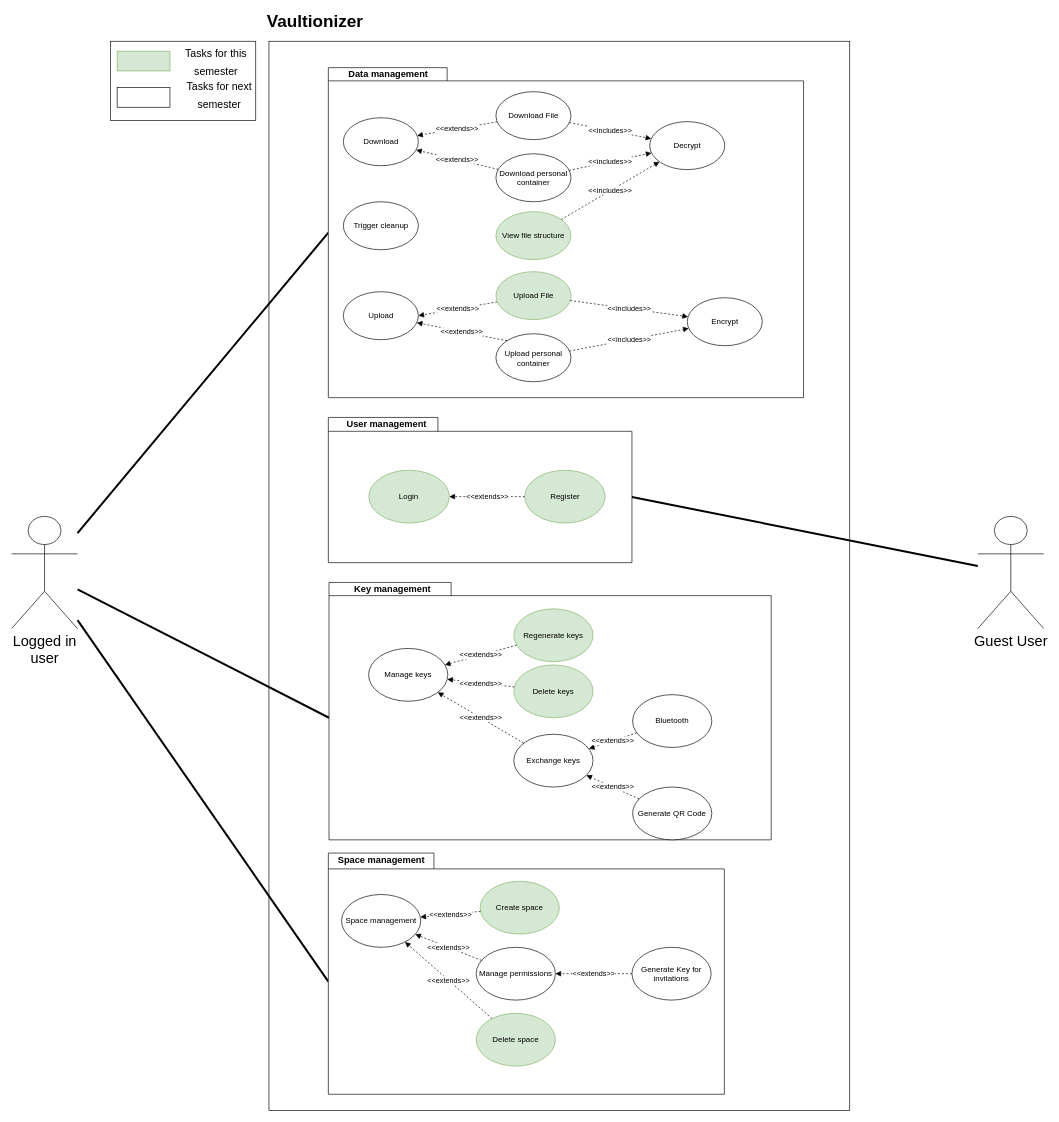
Above: img/use_cases/overall_use_case.drawio in Vaultionizer/vault-docs (draw.io), before the change. Source tidied: cells renumbered, new cells numbered last; positions are measured from the earlier drawing's top-left corner, leaving out a move shared by most shapes. Both pictures are drawn from the tidied source at 66%, with x=0, y=0 at pixel (11, 15).
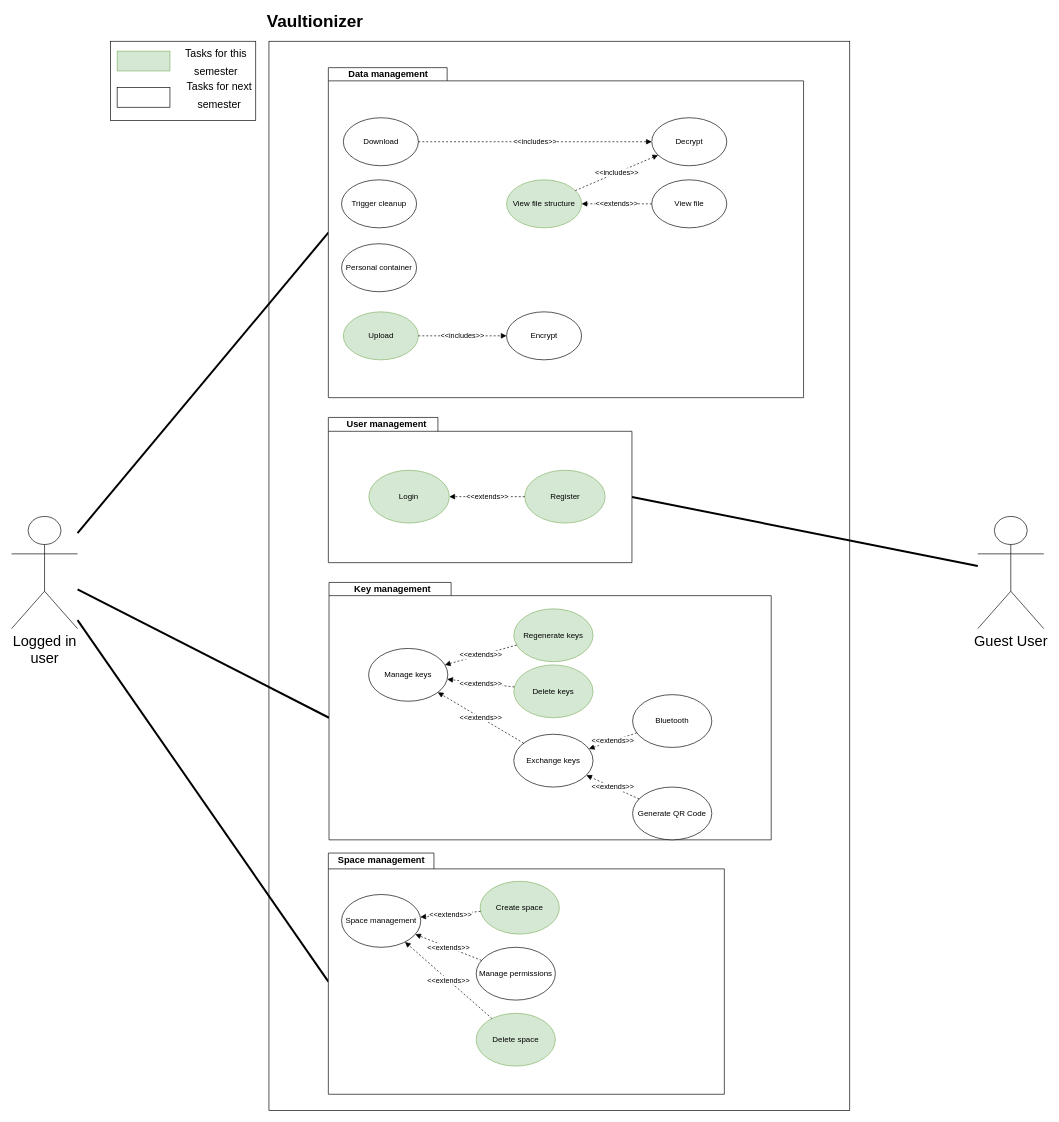
The same page after the edit.

The change refers to these unchanged cells:
```xml
<mxCell id="9" style="group;" parent="7" vertex="1">
  <mxGeometry x="10" y="-10" width="600" height="365.5" as="geometry" />
</mxCell>
<mxCell id="14" value="Manage permissions" style="ellipse;whiteSpace=wrap;html=1;" parent="9" vertex="1">
  <mxGeometry x="224" y="142.8" width="120" height="80" as="geometry" />
</mxCell>
<mxCell id="42" style="group;" parent="1" vertex="1">
  <mxGeometry x="480" y="80" width="720" height="500" as="geometry" />
</mxCell>
<mxCell id="52" value="&lt;div&gt;Download&lt;br&gt;&lt;/div&gt;" style="ellipse;whiteSpace=wrap;html=1;" parent="42" vertex="1">
  <mxGeometry x="22.7" y="75.9" width="113.7" height="72.7" as="geometry" />
</mxCell>
```

What changed in the source:
```diff
@@
-    <mxCell id="15" value="Generate Key for invitations" style="ellipse;whiteSpace=wrap;html=1;" parent="9" vertex="1">
-      <mxGeometry x="460" y="142.8" width="120" height="80" as="geometry" />
-    </mxCell>
@@
-    <mxCell id="17" value="&amp;lt;&amp;lt;extends&amp;gt;&amp;gt;" style="edgeStyle=none;rounded=0;jettySize=auto;html=1;dashed=1;endArrow=block;endFill=1;" parent="9" edge="1" source="15" target="14">
-      <mxGeometry relative="1" as="geometry" />
-    </mxCell>
@@
-    <mxCell id="44" value="Upload" style="ellipse;whiteSpace=wrap;html=1;" parent="42" vertex="1">
-      <mxGeometry x="22.7" y="339.5" width="113.7" height="72.7" as="geometry" />
+    <mxCell id="44" value="Upload" style="ellipse;whiteSpace=wrap;html=1;fillColor=#d5e8d4;strokeColor=#82b366;" parent="42" vertex="1">
+      <mxGeometry x="22.7" y="370" width="113.7" height="72.7" as="geometry" />
     </mxCell>
-    <mxCell id="45" value="&amp;lt;&amp;lt;extends&amp;gt;&amp;gt;" style="rounded=0;jettySize=auto;html=1;entryX=1;entryY=0.5;entryDx=0;entryDy=0;dashed=1;endArrow=block;endFill=1;" parent="42" edge="1" source="46" target="44">
-      <mxGeometry x="-6.2" y="218.2" as="geometry" />
-    </mxCell>
-    <mxCell id="46" value="Upload File" style="ellipse;whiteSpace=wrap;html=1;fillColor=#d5e8d4;strokeColor=#82b366;" parent="42" vertex="1">
-      <mxGeometry x="253.9" y="309.1" width="113.7" height="72.7" as="geometry" />
-    </mxCell>
     <mxCell id="47" value="Encrypt " style="ellipse;whiteSpace=wrap;html=1;" parent="42" vertex="1">
-      <mxGeometry x="543.8" y="348.6" width="113.7" height="72.7" as="geometry" />
+      <mxGeometry x="270" y="370" width="113.7" height="72.7" as="geometry" />
     </mxCell>
-    <mxCell id="48" value="&amp;lt;&amp;lt;includes&amp;gt;&amp;gt;" style="edgeStyle=none;rounded=0;jettySize=auto;html=1;dashed=1;endArrow=block;endFill=1;" parent="42" edge="1" source="46" target="47">
+    <mxCell id="48" value="&amp;lt;&amp;lt;includes&amp;gt;&amp;gt;" style="edgeStyle=none;rounded=0;jettySize=auto;html=1;dashed=1;endArrow=block;endFill=1;exitX=1;exitY=0.5;exitDx=0;exitDy=0;" parent="42" edge="1" source="44" target="47">
       <mxGeometry x="-6.2" y="218.2" as="geometry" />
     </mxCell>
-    <mxCell id="49" value="&amp;lt;&amp;lt;includes&amp;gt;&amp;gt;" style="edgeStyle=none;rounded=0;jettySize=auto;html=1;dashed=1;endArrow=block;endFill=1;" parent="42" edge="1" source="50" target="47">
-      <mxGeometry x="-6.2" y="218.2" as="geometry" />
-    </mxCell>
-    <mxCell id="50" value="Upload personal container" style="ellipse;whiteSpace=wrap;html=1;" parent="42" vertex="1">
-      <mxGeometry x="253.9" y="403.2" width="113.7" height="72.7" as="geometry" />
-    </mxCell>
-    <mxCell id="51" value="&amp;lt;&amp;lt;extends&amp;gt;&amp;gt;" style="rounded=0;jettySize=auto;html=1;dashed=1;endArrow=block;endFill=1;exitX=0;exitY=0;exitDx=0;exitDy=0;" parent="42" edge="1" source="50" target="44">
-      <mxGeometry x="-6.2" y="218.2" as="geometry" />
-    </mxCell>
@@
-    <mxCell id="53" value="&amp;lt;&amp;lt;extends&amp;gt;&amp;gt;" style="edgeStyle=none;rounded=0;jettySize=auto;html=1;dashed=1;endArrow=block;endFill=1;" parent="42" edge="1" source="57" target="52">
-      <mxGeometry x="9.5" as="geometry" />
-    </mxCell>
-    <mxCell id="54" value="Download File" style="ellipse;whiteSpace=wrap;html=1;" parent="42" vertex="1">
-      <mxGeometry x="253.9" y="36.4" width="113.7" height="72.7" as="geometry" />
-    </mxCell>
     <mxCell id="55" value="Decrypt" style="ellipse;whiteSpace=wrap;html=1;" parent="42" vertex="1">
-      <mxGeometry x="486.9" y="81.8" width="113.7" height="72.7" as="geometry" />
+      <mxGeometry x="490" y="75.9" width="113.7" height="72.7" as="geometry" />
     </mxCell>
-    <mxCell id="56" value="&amp;lt;&amp;lt;includes&amp;gt;&amp;gt;" style="edgeStyle=none;rounded=0;jettySize=auto;html=1;dashed=1;endArrow=block;endFill=1;" parent="42" edge="1" source="57" target="55">
-      <mxGeometry x="9.5" as="geometry" />
-    </mxCell>
-    <mxCell id="57" value="Download personal container" style="ellipse;whiteSpace=wrap;html=1;" parent="42" vertex="1">
-      <mxGeometry x="253.9" y="130.5" width="113.7" height="72.7" as="geometry" />
+    <mxCell id="57" value="Personal container" style="ellipse;whiteSpace=wrap;html=1;" parent="42" vertex="1">
+      <mxGeometry x="20" y="266.8" width="113.7" height="72.7" as="geometry" />
     </mxCell>
-    <mxCell id="58" value="&amp;lt;&amp;lt;includes&amp;gt;&amp;gt;" style="edgeStyle=none;rounded=0;jettySize=auto;html=1;dashed=1;endArrow=block;endFill=1;" parent="42" edge="1" source="54" target="55">
+    <mxCell id="58" value="&amp;lt;&amp;lt;includes&amp;gt;&amp;gt;" style="edgeStyle=none;rounded=0;jettySize=auto;html=1;dashed=1;endArrow=block;endFill=1;exitX=1;exitY=0.5;exitDx=0;exitDy=0;" parent="42" edge="1" source="52" target="55">
       <mxGeometry x="9.5" as="geometry" />
     </mxCell>
-    <mxCell id="59" value="&amp;lt;&amp;lt;extends&amp;gt;&amp;gt;" style="edgeStyle=none;rounded=0;jettySize=auto;html=1;dashed=1;endArrow=block;endFill=1;" parent="42" edge="1" source="54" target="52">
-      <mxGeometry x="9.5" as="geometry" />
-    </mxCell>
     <mxCell id="60" value="View file structure" style="ellipse;whiteSpace=wrap;html=1;fillColor=#d5e8d4;strokeColor=#82b366;" parent="42" vertex="1">
-      <mxGeometry x="253.9" y="218.2" width="113.7" height="72.7" as="geometry" />
+      <mxGeometry x="270" y="170" width="113.7" height="72.7" as="geometry" />
     </mxCell>
@@
     <mxCell id="63" value="Trigger cleanup" style="ellipse;whiteSpace=wrap;html=1;" parent="42" vertex="1">
-      <mxGeometry x="22.7" y="203.2" width="113.7" height="72.7" as="geometry" />
+      <mxGeometry x="20" y="170" width="113.7" height="72.7" as="geometry" />
     </mxCell>
+    <mxCell id="74" value="&amp;lt;&amp;lt;extends&amp;gt;&amp;gt;" style="edgeStyle=orthogonalEdgeStyle;rounded=0;jettySize=auto;html=1;exitX=0;exitY=0.5;exitDx=0;exitDy=0;entryX=1;entryY=0.5;entryDx=0;entryDy=0;endArrow=block;endFill=1;dashed=1;" parent="42" edge="1" source="75" target="60">
+      <mxGeometry relative="1" as="geometry" />
+    </mxCell>
+    <mxCell id="75" value="View file" style="ellipse;whiteSpace=wrap;html=1;" parent="42" vertex="1">
+      <mxGeometry x="490" y="170" width="113.7" height="72.7" as="geometry" />
+    </mxCell>
```
